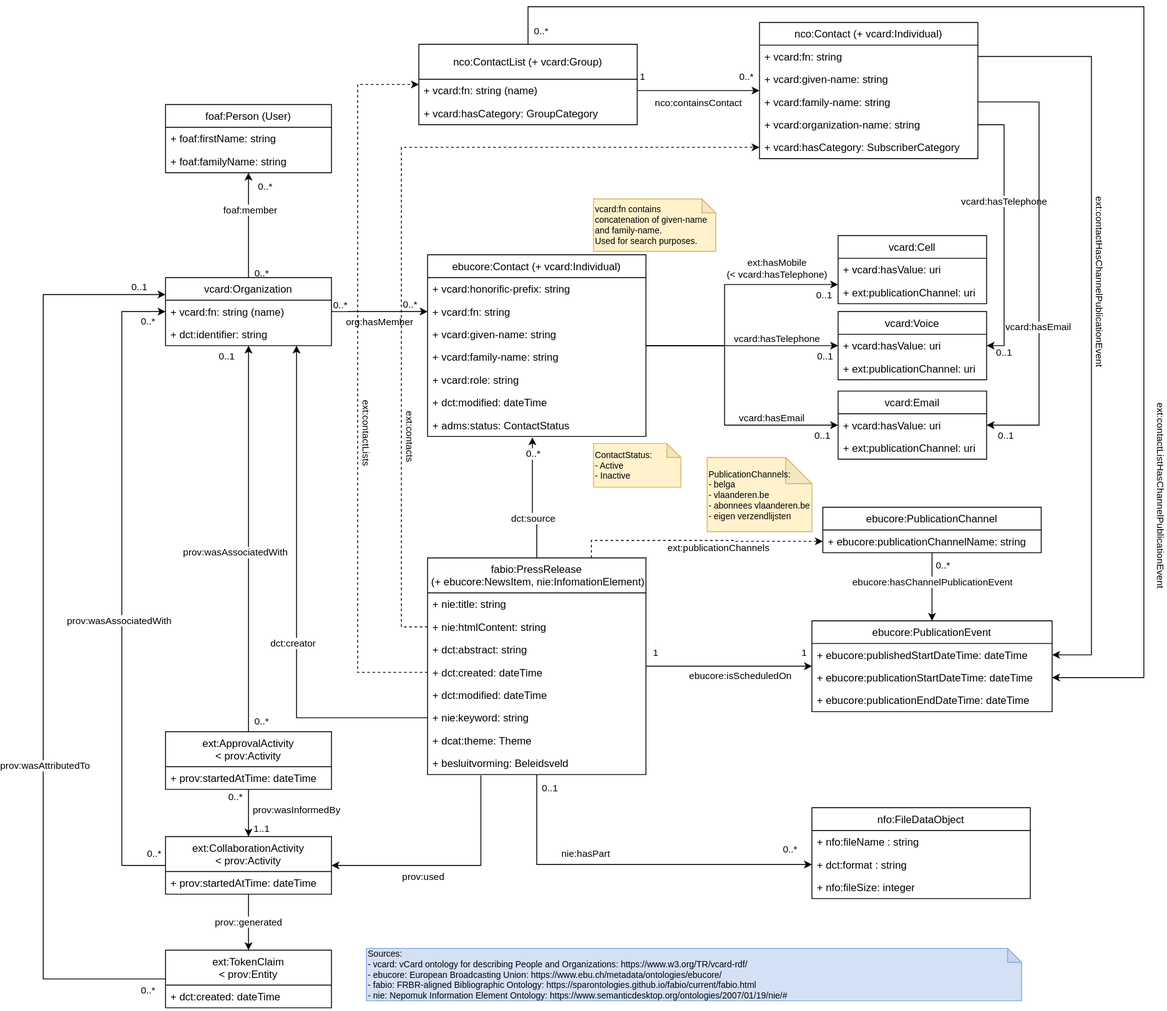
The draw.io diagram images/press-releases-data-model.svg in kanselarij-vlaanderen/kaleidos-documentation, before a commit. Source tidied: cells renumbered, new cells last; positions are measured from the earlier drawing's top-left corner, leaving out a move shared by most shapes.
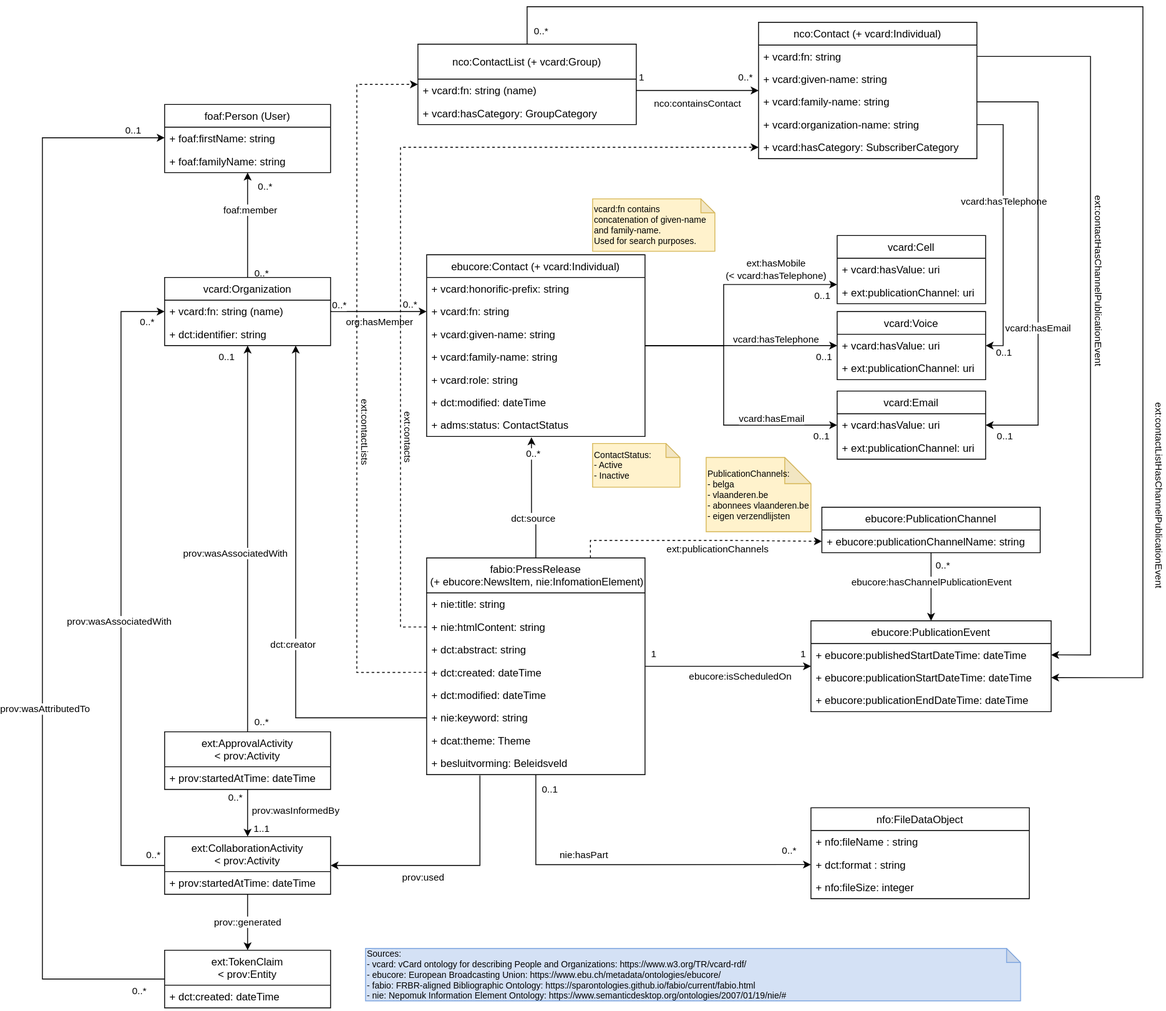
Above is the later version.

Commit message:
Update press-release data model

Relation from token-claim to user instead of organization

The edit, as a diff of the source:
```diff
@@ -456,11 +456,12 @@
         <mxPoint x="17" y="11" as="offset" />
       </mxGeometry>
     </mxCell>
-    <mxCell id="116" style="edgeStyle=orthogonalEdgeStyle;rounded=0;jettySize=auto;html=1;exitX=0;exitY=0.5;exitDx=0;exitDy=0;entryX=0;entryY=0.25;entryDx=0;entryDy=0;" parent="1" edge="1" source="124" target="33">
+    <mxCell id="116" style="edgeStyle=orthogonalEdgeStyle;rounded=0;jettySize=auto;html=1;exitX=0;exitY=0.5;exitDx=0;exitDy=0;entryX=0;entryY=0.5;entryDx=0;entryDy=0;" parent="1" edge="1" source="124" target="103">
       <mxGeometry relative="1" as="geometry">
         <Array as="points">
           <mxPoint y="1113" />
-          <mxPoint y="330" />
+          <mxPoint y="150" />
+          <mxPoint x="140" y="150" />
         </Array>
       </mxGeometry>
     </mxCell>
```
